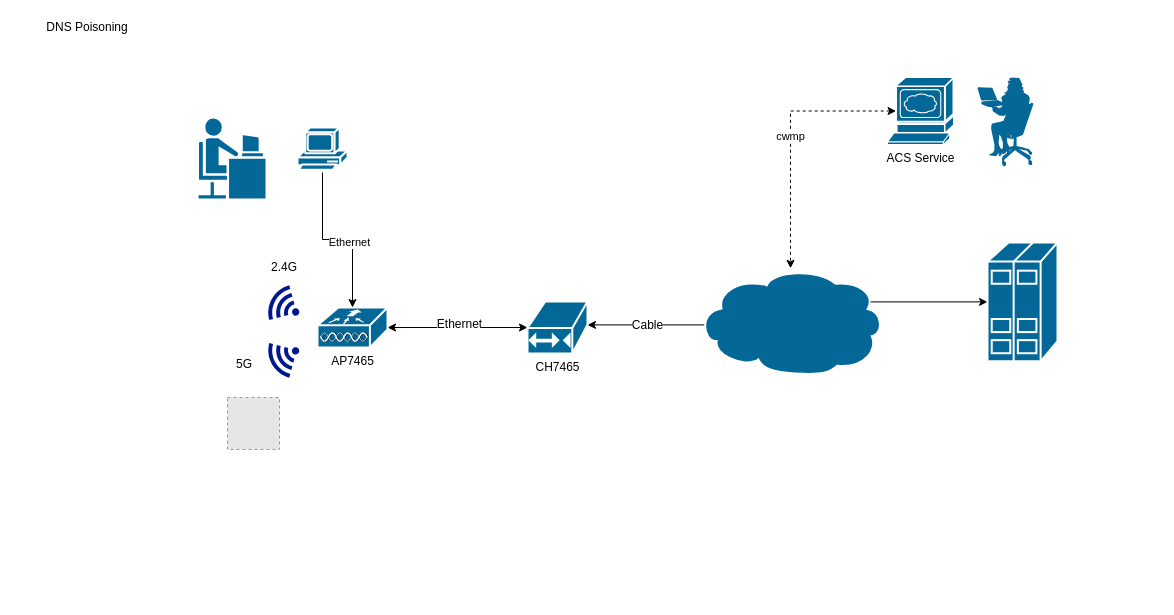
Earlier version of the draw.io diagram page "DNS" (5 of 5) of AP7465CE.drawio (nelsonchung/drawio). Source tidied: cells renumbered, new cells numbered last; positions are measured from the earlier drawing's top-left corner, leaving out a move shared by most shapes. Both pictures are drawn from the tidied source at 100%, with x=0, y=0 at pixel (17, 17). Pictures stored in the file or linked from it are replaced by grey dashed boxes.
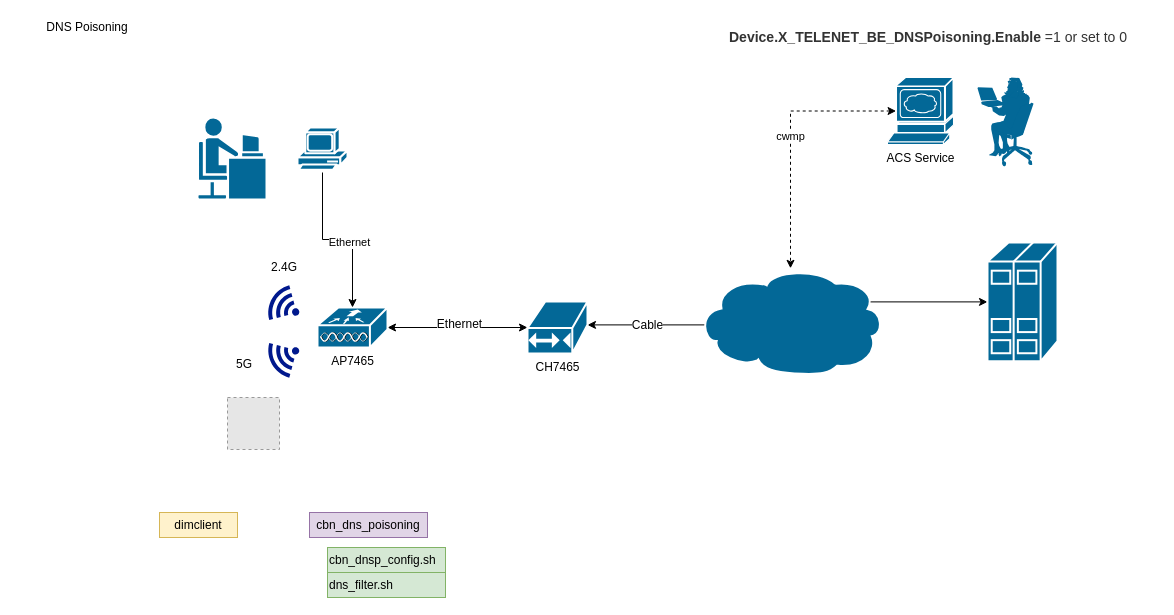
After the change.

Change to the diagram source:
```diff
@@
+    <mxCell id="23" value="&lt;span style=&quot;color: rgb(51 , 51 , 51) ; font-family: &amp;#34;arial&amp;#34; , sans-serif ; font-size: 14px ; background-color: rgb(255 , 255 , 255)&quot;&gt;&lt;b&gt;Device.X_TELENET_BE_DNSPoisoning.Enable&lt;/b&gt; =1 or set to 0&lt;/span&gt;" style="text;html=1;strokeColor=none;fillColor=none;align=left;verticalAlign=middle;whiteSpace=wrap;rounded=0;" parent="1" vertex="1">
+      <mxGeometry x="710" y="10" width="430" height="20" as="geometry" />
+    </mxCell>
+    <mxCell id="24" value="dimclient" style="rounded=0;whiteSpace=wrap;html=1;align=center;fillColor=#fff2cc;strokeColor=#d6b656;" parent="1" vertex="1">
+      <mxGeometry x="142" y="495" width="78" height="25" as="geometry" />
+    </mxCell>
+    <mxCell id="25" value="cbn_dns_poisoning" style="rounded=0;whiteSpace=wrap;html=1;align=center;fillColor=#e1d5e7;strokeColor=#9673a6;" parent="1" vertex="1">
+      <mxGeometry x="292" y="495" width="118" height="25" as="geometry" />
+    </mxCell>
+    <mxCell id="26" value="&lt;span style=&quot;&quot;&gt;cbn_dnsp_config.sh&lt;/span&gt;" style="rounded=0;whiteSpace=wrap;html=1;align=left;fillColor=#d5e8d4;strokeColor=#82b366;" parent="1" vertex="1">
+      <mxGeometry x="310" y="530" width="118" height="25" as="geometry" />
+    </mxCell>
+    <mxCell id="27" value="&lt;span style=&quot;&quot;&gt;dns_filter.sh&lt;/span&gt;" style="rounded=0;whiteSpace=wrap;html=1;align=left;fillColor=#d5e8d4;strokeColor=#82b366;" parent="1" vertex="1">
+      <mxGeometry x="310" y="555" width="118" height="25" as="geometry" />
+    </mxCell>
```
